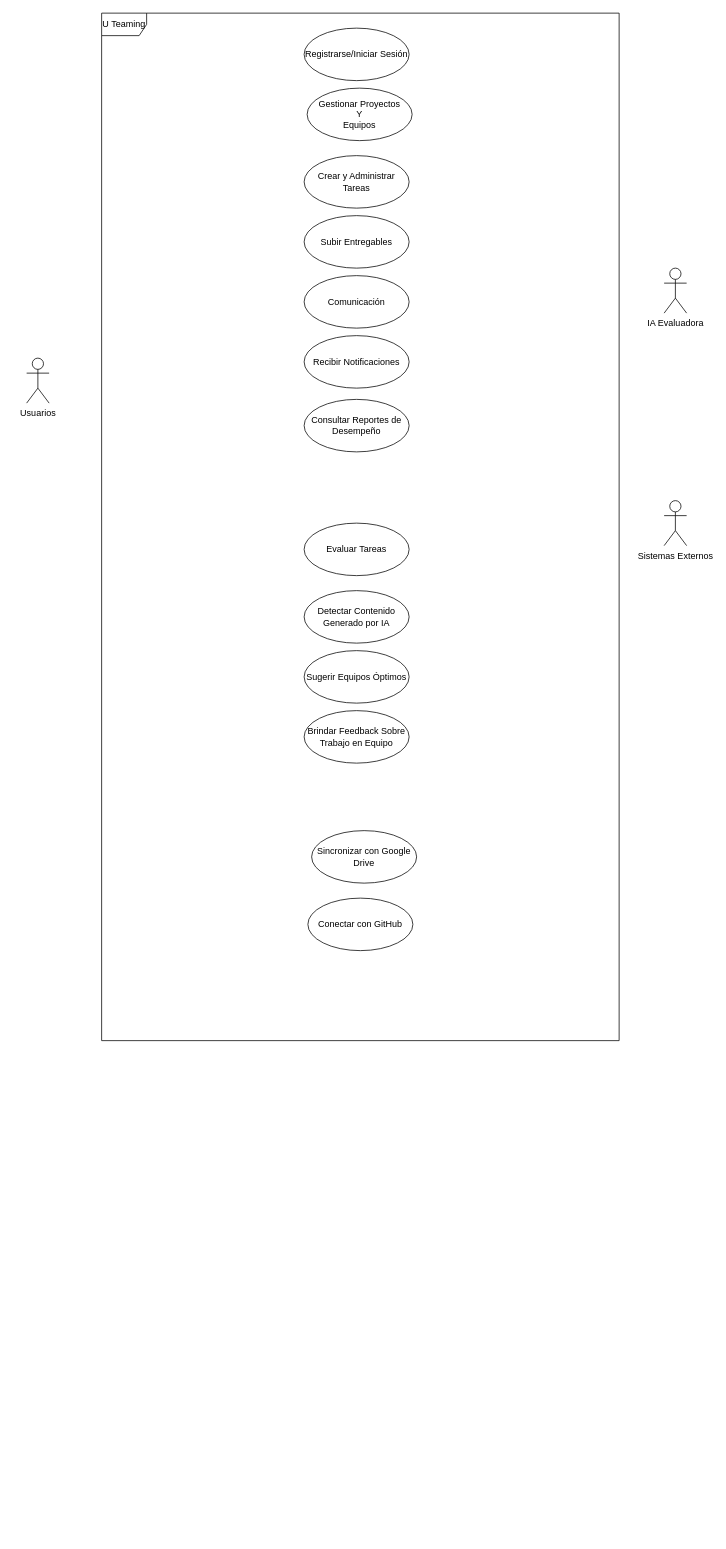
The draw.io diagram Diagrama de Casos de Uso.drawio in BrayanPerez2607/U-Teaming, before the edit. Source tidied: cells renumbered, new cells numbered last; positions are measured from the earlier drawing's top-left corner, leaving out a move shared by most shapes. Both pictures are drawn from the tidied source at 75%, with x=0, y=0 at pixel (26, 13).
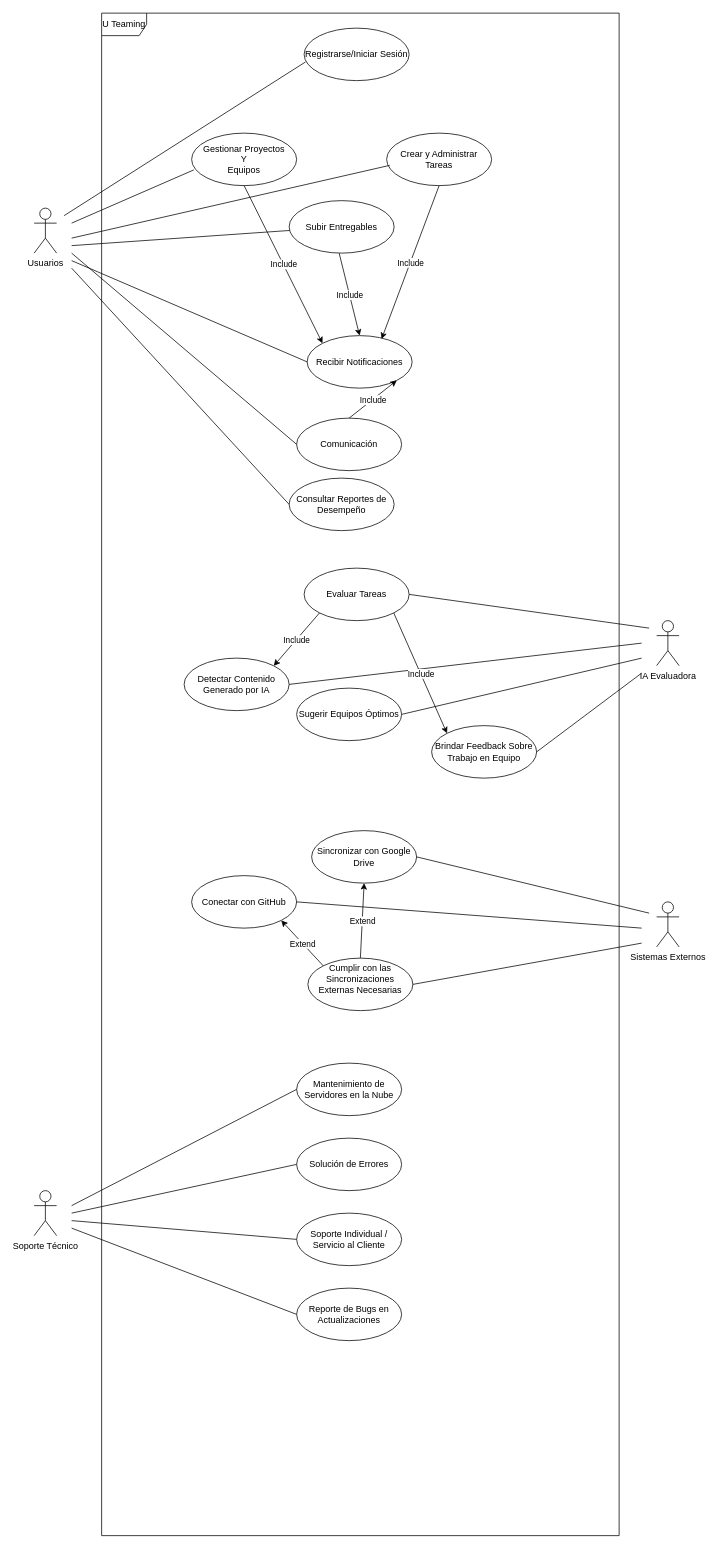
After the change.

Unchanged cells that the change refers to:
```xml
<mxCell id="6" value="Registrarse/Iniciar Sesión" style="ellipse;whiteSpace=wrap;html=1;" parent="1" vertex="1">
  <mxGeometry x="370" y="20" width="140" height="70" as="geometry" />
</mxCell>
<mxCell id="17" value="Sincronizar con Google Drive" style="ellipse;whiteSpace=wrap;html=1;" parent="1" vertex="1">
  <mxGeometry x="380" y="1090" width="140" height="70" as="geometry" />
</mxCell>
```

Diff of the diagram source:
```diff
@@
     <mxCell id="2" value="U Teaming" style="shape=umlFrame;whiteSpace=wrap;html=1;" parent="1" vertex="1">
-      <mxGeometry x="100" width="690" height="1370" as="geometry" />
+      <mxGeometry x="100" width="690" height="2030" as="geometry" />
     </mxCell>
     <mxCell id="3" value="IA Evaluadora" style="shape=umlActor;verticalLabelPosition=bottom;verticalAlign=top;html=1;" parent="1" vertex="1">
-      <mxGeometry x="850" y="340" width="30" height="60" as="geometry" />
+      <mxGeometry x="840" y="810" width="30" height="60" as="geometry" />
     </mxCell>
     <mxCell id="4" value="Usuarios&lt;div&gt;&lt;br&gt;&lt;/div&gt;" style="shape=umlActor;verticalLabelPosition=bottom;verticalAlign=top;html=1;" parent="1" vertex="1">
-      <mxGeometry y="460" width="30" height="60" as="geometry" />
+      <mxGeometry x="10" y="260" width="30" height="60" as="geometry" />
     </mxCell>
     <mxCell id="5" value="Sistemas Externos&lt;div&gt;&lt;br&gt;&lt;/div&gt;" style="shape=umlActor;verticalLabelPosition=bottom;verticalAlign=top;html=1;" parent="1" vertex="1">
-      <mxGeometry x="850" y="650" width="30" height="60" as="geometry" />
+      <mxGeometry x="840" y="1185" width="30" height="60" as="geometry" />
     </mxCell>
@@
     <mxCell id="7" value="Gestionar Proyectos&lt;div&gt;Y&lt;/div&gt;&lt;div&gt;Equipos&lt;/div&gt;" style="ellipse;whiteSpace=wrap;html=1;" parent="1" vertex="1">
-      <mxGeometry x="374" y="100" width="140" height="70" as="geometry" />
+      <mxGeometry x="220" y="160" width="140" height="70" as="geometry" />
     </mxCell>
     <mxCell id="8" value="Crear y Administrar Tareas" style="ellipse;whiteSpace=wrap;html=1;" parent="1" vertex="1">
-      <mxGeometry x="370" y="190" width="140" height="70" as="geometry" />
+      <mxGeometry x="480" y="160" width="140" height="70" as="geometry" />
     </mxCell>
     <mxCell id="9" value="Subir Entregables" style="ellipse;whiteSpace=wrap;html=1;" parent="1" vertex="1">
-      <mxGeometry x="370" y="270" width="140" height="70" as="geometry" />
+      <mxGeometry x="350" y="250" width="140" height="70" as="geometry" />
     </mxCell>
     <mxCell id="10" value="Comunicación" style="ellipse;whiteSpace=wrap;html=1;" parent="1" vertex="1">
-      <mxGeometry x="370" y="350" width="140" height="70" as="geometry" />
+      <mxGeometry x="360" y="540" width="140" height="70" as="geometry" />
     </mxCell>
     <mxCell id="11" value="Recibir Notificaciones" style="ellipse;whiteSpace=wrap;html=1;" parent="1" vertex="1">
-      <mxGeometry x="370" y="430" width="140" height="70" as="geometry" />
+      <mxGeometry x="374" y="430" width="140" height="70" as="geometry" />
     </mxCell>
     <mxCell id="12" value="Consultar Reportes de Desempeño" style="ellipse;whiteSpace=wrap;html=1;" parent="1" vertex="1">
-      <mxGeometry x="370" y="515" width="140" height="70" as="geometry" />
+      <mxGeometry x="350" y="620" width="140" height="70" as="geometry" />
     </mxCell>
     <mxCell id="13" value="Evaluar Tareas" style="ellipse;whiteSpace=wrap;html=1;" parent="1" vertex="1">
-      <mxGeometry x="370" y="680" width="140" height="70" as="geometry" />
+      <mxGeometry x="370" y="740" width="140" height="70" as="geometry" />
     </mxCell>
     <mxCell id="14" value="Detectar Contenido Generado por IA" style="ellipse;whiteSpace=wrap;html=1;" parent="1" vertex="1">
-      <mxGeometry x="370" y="770" width="140" height="70" as="geometry" />
+      <mxGeometry x="210" y="860" width="140" height="70" as="geometry" />
     </mxCell>
     <mxCell id="15" value="Sugerir Equipos Óptimos" style="ellipse;whiteSpace=wrap;html=1;" parent="1" vertex="1">
-      <mxGeometry x="370" y="850" width="140" height="70" as="geometry" />
+      <mxGeometry x="360" y="900" width="140" height="70" as="geometry" />
     </mxCell>
     <mxCell id="16" value="Brindar Feedback Sobre Trabajo en Equipo" style="ellipse;whiteSpace=wrap;html=1;" parent="1" vertex="1">
-      <mxGeometry x="370" y="930" width="140" height="70" as="geometry" />
+      <mxGeometry x="540" y="950" width="140" height="70" as="geometry" />
     </mxCell>
@@
     <mxCell id="18" value="Conectar con GitHub" style="ellipse;whiteSpace=wrap;html=1;" parent="1" vertex="1">
-      <mxGeometry x="375" y="1180" width="140" height="70" as="geometry" />
+      <mxGeometry x="220" y="1150" width="140" height="70" as="geometry" />
     </mxCell>
+    <mxCell id="19" value="Cumplir con las Sincronizaciones Externas Necesarias&lt;div&gt;&lt;br&gt;&lt;/div&gt;" style="ellipse;whiteSpace=wrap;html=1;" parent="1" vertex="1">
+      <mxGeometry x="375" y="1260" width="140" height="70" as="geometry" />
+    </mxCell>
+    <mxCell id="20" style="endArrow=none;html=1;rounded=0;entryX=0.014;entryY=0.643;entryDx=0;entryDy=0;entryPerimeter=0;" parent="1" edge="1" target="6">
+      <mxGeometry relative="1" as="geometry">
+        <mxPoint x="50" y="270" as="sourcePoint" />
+      </mxGeometry>
+    </mxCell>
+    <mxCell id="21" style="endArrow=none;html=1;rounded=0;entryX=0.021;entryY=0.7;entryDx=0;entryDy=0;entryPerimeter=0;" parent="1" edge="1" target="7">
+      <mxGeometry relative="1" as="geometry">
+        <mxPoint x="60" y="280" as="sourcePoint" />
+      </mxGeometry>
+    </mxCell>
+    <mxCell id="22" style="endArrow=none;html=1;rounded=0;entryX=0.029;entryY=0.614;entryDx=0;entryDy=0;entryPerimeter=0;" parent="1" edge="1" target="8">
+      <mxGeometry relative="1" as="geometry">
+        <mxPoint x="60" y="300" as="sourcePoint" />
+      </mxGeometry>
+    </mxCell>
+    <mxCell id="23" style="endArrow=none;html=1;rounded=0;" parent="1" edge="1" target="9">
+      <mxGeometry relative="1" as="geometry">
+        <mxPoint x="60" y="310" as="sourcePoint" />
+      </mxGeometry>
+    </mxCell>
+    <mxCell id="24" style="endArrow=none;html=1;rounded=0;entryX=0;entryY=0.5;entryDx=0;entryDy=0;" parent="1" edge="1" target="10">
+      <mxGeometry relative="1" as="geometry">
+        <mxPoint x="60" y="320" as="sourcePoint" />
+      </mxGeometry>
+    </mxCell>
+    <mxCell id="25" style="endArrow=none;html=1;rounded=0;entryX=0;entryY=0.5;entryDx=0;entryDy=0;" parent="1" edge="1" target="11">
+      <mxGeometry relative="1" as="geometry">
+        <mxPoint x="60" y="330" as="sourcePoint" />
+      </mxGeometry>
+    </mxCell>
+    <mxCell id="26" style="endArrow=none;html=1;rounded=0;entryX=0;entryY=0.5;entryDx=0;entryDy=0;" parent="1" edge="1" target="12">
+      <mxGeometry relative="1" as="geometry">
+        <mxPoint x="60" y="340" as="sourcePoint" />
+      </mxGeometry>
+    </mxCell>
+    <mxCell id="27" style="endArrow=none;html=1;rounded=0;exitX=1;exitY=0.5;exitDx=0;exitDy=0;" parent="1" edge="1" source="13">
+      <mxGeometry relative="1" as="geometry">
+        <mxPoint x="830" y="820" as="targetPoint" />
+      </mxGeometry>
+    </mxCell>
+    <mxCell id="28" style="endArrow=none;html=1;rounded=0;exitX=1;exitY=0.5;exitDx=0;exitDy=0;" parent="1" edge="1" source="14">
+      <mxGeometry relative="1" as="geometry">
+        <mxPoint x="820" y="840" as="targetPoint" />
+      </mxGeometry>
+    </mxCell>
+    <mxCell id="29" style="endArrow=none;html=1;rounded=0;exitX=1;exitY=0.5;exitDx=0;exitDy=0;" parent="1" edge="1" source="15">
+      <mxGeometry relative="1" as="geometry">
+        <mxPoint x="820" y="860" as="targetPoint" />
+      </mxGeometry>
+    </mxCell>
+    <mxCell id="30" style="endArrow=none;html=1;rounded=0;exitX=1;exitY=0.5;exitDx=0;exitDy=0;" parent="1" edge="1" source="16">
+      <mxGeometry relative="1" as="geometry">
+        <mxPoint x="820" y="880" as="targetPoint" />
+      </mxGeometry>
+    </mxCell>
+    <mxCell id="31" style="endArrow=none;html=1;rounded=0;exitX=1;exitY=0.5;exitDx=0;exitDy=0;" parent="1" edge="1" source="17">
+      <mxGeometry relative="1" as="geometry">
+        <mxPoint x="830" y="1200" as="targetPoint" />
+      </mxGeometry>
+    </mxCell>
+    <mxCell id="32" style="endArrow=none;html=1;rounded=0;exitX=1;exitY=0.5;exitDx=0;exitDy=0;" parent="1" edge="1" source="18">
+      <mxGeometry relative="1" as="geometry">
+        <mxPoint x="820" y="1220" as="targetPoint" />
+      </mxGeometry>
+    </mxCell>
+    <mxCell id="33" style="endArrow=none;html=1;rounded=0;exitX=1;exitY=0.5;exitDx=0;exitDy=0;" parent="1" edge="1" source="19">
+      <mxGeometry relative="1" as="geometry">
+        <mxPoint x="820" y="1240" as="targetPoint" />
+      </mxGeometry>
+    </mxCell>
+    <mxCell id="34" style="endArrow=classic;html=1;rounded=0;exitX=0.477;exitY=1.004;exitDx=0;exitDy=0;exitPerimeter=0;entryX=0.5;entryY=0;entryDx=0;entryDy=0;" parent="1" edge="1" source="9" target="11">
+      <mxGeometry relative="1" as="geometry" />
+    </mxCell>
+    <mxCell id="35" value="Include" style="edgeLabel;html=1;align=center;verticalAlign=middle;" parent="34" vertex="1">
+      <mxGeometry relative="1" as="geometry" />
+    </mxCell>
+    <mxCell id="36" style="endArrow=classic;html=1;rounded=0;exitX=0.5;exitY=1;exitDx=0;exitDy=0;entryX=0.709;entryY=0.063;entryDx=0;entryDy=0;entryPerimeter=0;" parent="1" edge="1" source="8" target="11">
+      <mxGeometry relative="1" as="geometry" />
+    </mxCell>
+    <mxCell id="37" value="Include" style="edgeLabel;html=1;align=center;verticalAlign=middle;" parent="36" vertex="1">
+      <mxGeometry relative="1" as="geometry" />
+    </mxCell>
+    <mxCell id="38" style="endArrow=classic;html=1;rounded=0;exitX=0.5;exitY=1;exitDx=0;exitDy=0;entryX=0;entryY=0;entryDx=0;entryDy=0;" parent="1" edge="1" source="7" target="11">
+      <mxGeometry relative="1" as="geometry" />
+    </mxCell>
+    <mxCell id="39" value="Include" style="edgeLabel;html=1;align=center;verticalAlign=middle;" parent="38" vertex="1">
+      <mxGeometry relative="1" as="geometry" />
+    </mxCell>
+    <mxCell id="40" style="endArrow=classic;html=1;rounded=0;exitX=0.5;exitY=0;exitDx=0;exitDy=0;entryX=1;entryY=1;entryDx=0;entryDy=0;" parent="1" edge="1" source="10" target="11">
+      <mxGeometry relative="1" as="geometry" />
+    </mxCell>
+    <mxCell id="41" value="Include" style="edgeLabel;html=1;align=center;verticalAlign=middle;" parent="40" vertex="1">
+      <mxGeometry relative="1" as="geometry" />
+    </mxCell>
+    <mxCell id="42" style="endArrow=classic;html=1;rounded=0;exitX=0;exitY=1;exitDx=0;exitDy=0;entryX=1;entryY=0;entryDx=0;entryDy=0;" parent="1" edge="1" source="13" target="14">
+      <mxGeometry relative="1" as="geometry" />
+    </mxCell>
+    <mxCell id="43" value="Include" style="edgeLabel;html=1;align=center;verticalAlign=middle;" parent="42" vertex="1">
+      <mxGeometry relative="1" as="geometry" />
+    </mxCell>
+    <mxCell id="44" style="endArrow=classic;html=1;rounded=0;exitX=1;exitY=1;exitDx=0;exitDy=0;entryX=0;entryY=0;entryDx=0;entryDy=0;" parent="1" edge="1" source="13" target="16">
+      <mxGeometry relative="1" as="geometry" />
+    </mxCell>
+    <mxCell id="45" value="Include" style="edgeLabel;html=1;align=center;verticalAlign=middle;" parent="44" vertex="1">
+      <mxGeometry relative="1" as="geometry" />
+    </mxCell>
+    <mxCell id="46" style="endArrow=classic;html=1;rounded=0;exitX=0.5;exitY=0;exitDx=0;exitDy=0;entryX=0.5;entryY=1;entryDx=0;entryDy=0;" parent="1" edge="1" source="19" target="17">
+      <mxGeometry relative="1" as="geometry" />
+    </mxCell>
+    <mxCell id="47" value="Extend" style="edgeLabel;html=1;align=center;verticalAlign=middle;" parent="46" vertex="1">
+      <mxGeometry relative="1" as="geometry" />
+    </mxCell>
+    <mxCell id="48" style="endArrow=classic;html=1;rounded=0;exitX=0;exitY=0;exitDx=0;exitDy=0;entryX=1;entryY=1;entryDx=0;entryDy=0;" parent="1" edge="1" source="19" target="18">
+      <mxGeometry relative="1" as="geometry" />
+    </mxCell>
+    <mxCell id="49" value="Extend" style="edgeLabel;html=1;align=center;verticalAlign=middle;" parent="48" vertex="1">
+      <mxGeometry relative="1" as="geometry" />
+    </mxCell>
+    <mxCell id="50" value="Soporte Técnico" style="shape=umlActor;verticalLabelPosition=bottom;verticalAlign=top;html=1;" parent="1" vertex="1">
+      <mxGeometry x="10" y="1570" width="30" height="60" as="geometry" />
+    </mxCell>
+    <mxCell id="51" value="Mantenimiento de Servidores en la Nube" style="ellipse;whiteSpace=wrap;html=1;" parent="1" vertex="1">
+      <mxGeometry x="360" y="1400" width="140" height="70" as="geometry" />
+    </mxCell>
+    <mxCell id="52" value="Solución de Errores" style="ellipse;whiteSpace=wrap;html=1;" parent="1" vertex="1">
+      <mxGeometry x="360" y="1500" width="140" height="70" as="geometry" />
+    </mxCell>
+    <mxCell id="53" value="Soporte Individual / Servicio al Cliente" style="ellipse;whiteSpace=wrap;html=1;" parent="1" vertex="1">
+      <mxGeometry x="360" y="1600" width="140" height="70" as="geometry" />
+    </mxCell>
+    <mxCell id="54" value="Reporte de Bugs en Actualizaciones" style="ellipse;whiteSpace=wrap;html=1;" parent="1" vertex="1">
+      <mxGeometry x="360" y="1700" width="140" height="70" as="geometry" />
+    </mxCell>
+    <mxCell id="55" style="endArrow=none;html=1;rounded=0;entryX=0;entryY=0.5;entryDx=0;entryDy=0;" parent="1" edge="1" target="51">
+      <mxGeometry relative="1" as="geometry">
+        <mxPoint x="60" y="1590" as="sourcePoint" />
+      </mxGeometry>
+    </mxCell>
+    <mxCell id="56" style="endArrow=none;html=1;rounded=0;entryX=0;entryY=0.5;entryDx=0;entryDy=0;" parent="1" edge="1" target="52">
+      <mxGeometry relative="1" as="geometry">
+        <mxPoint x="60" y="1600" as="sourcePoint" />
+      </mxGeometry>
+    </mxCell>
+    <mxCell id="57" style="endArrow=none;html=1;rounded=0;entryX=0;entryY=0.5;entryDx=0;entryDy=0;" parent="1" edge="1" target="53">
+      <mxGeometry relative="1" as="geometry">
+        <mxPoint x="60" y="1610" as="sourcePoint" />
+      </mxGeometry>
+    </mxCell>
+    <mxCell id="58" style="endArrow=none;html=1;rounded=0;entryX=0;entryY=0.5;entryDx=0;entryDy=0;" parent="1" edge="1" target="54">
+      <mxGeometry relative="1" as="geometry">
+        <mxPoint x="60" y="1620" as="sourcePoint" />
+      </mxGeometry>
+    </mxCell>
```
